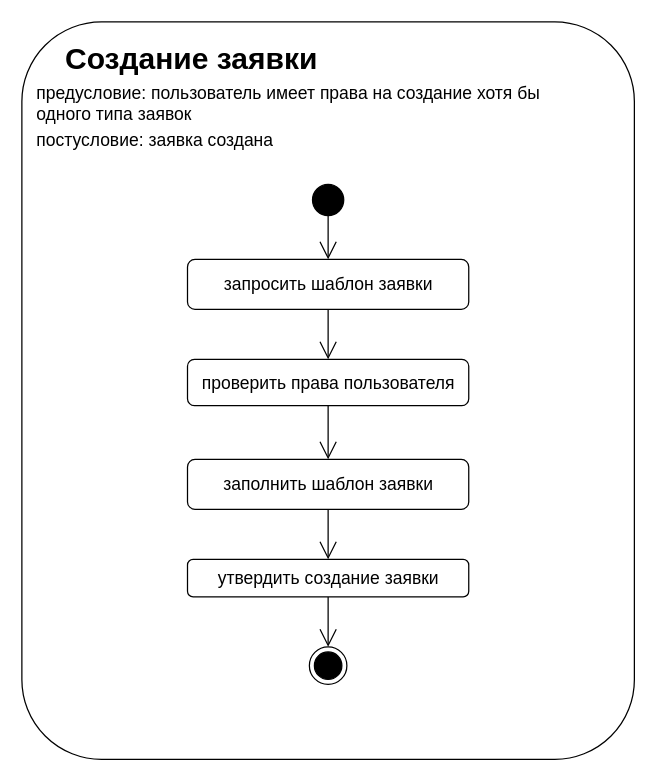
Before: docs/SAD/create-task-uc-view.drawio in black-jack-j/jurassiccrm, a draw.io diagram. Source tidied: cells renumbered, new cells numbered last; positions are measured from the earlier drawing's top-left corner, leaving out a move shared by most shapes. Both pictures are drawn from the tidied source at 125%, with x=0, y=0 at pixel (21, 21).
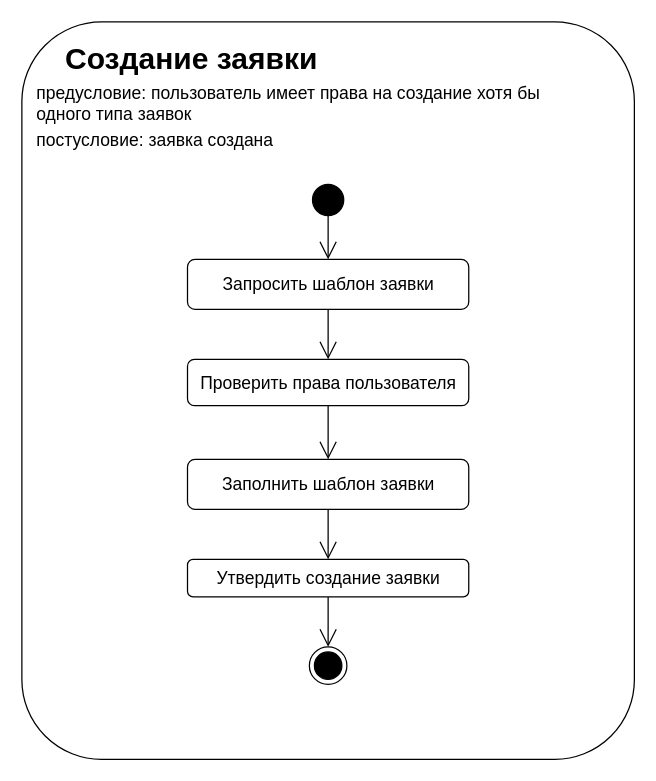
The same diagram, later.

Change to the diagram source:
```diff
@@
 <mxGraphModel>
   <root>
     <mxCell id="0" />
     <mxCell id="1" parent="0" />
     <mxCell id="2" style="rounded=1;whiteSpace=wrap;html=1;strokeColor=#000000;arcSize=13;" parent="1" vertex="1">
       <mxGeometry width="490" height="590" as="geometry" />
     </mxCell>
     <mxCell id="3" value="&lt;h1&gt;Создание заявки&lt;/h1&gt;" style="text;html=1;strokeColor=none;fillColor=none;spacing=5;spacingTop=-20;whiteSpace=wrap;overflow=hidden;rounded=0;" parent="1" vertex="1">
       <mxGeometry x="30" y="10" width="260" height="40" as="geometry" />
     </mxCell>
     <mxCell id="4" value="предусловие: пользователь имеет права на создание хотя бы одного типа заявок" style="text;html=1;strokeColor=none;fillColor=none;align=left;verticalAlign=middle;whiteSpace=wrap;rounded=0;fontSize=14;" parent="1" vertex="1">
       <mxGeometry x="10" y="50" width="430" height="30" as="geometry" />
     </mxCell>
     <mxCell id="5" value="постусловие: заявка создана" style="text;html=1;strokeColor=none;fillColor=none;align=left;verticalAlign=middle;whiteSpace=wrap;rounded=0;fontSize=14;" parent="1" vertex="1">
       <mxGeometry x="10" y="80" width="430" height="30" as="geometry" />
     </mxCell>
     <mxCell id="6" style="edgeStyle=orthogonalEdgeStyle;rounded=0;jettySize=auto;html=1;fontSize=14;strokeColor=#000000;endArrow=open;endFill=0;startSize=6;endSize=12;" parent="1" edge="1" source="7" target="9">
       <mxGeometry relative="1" as="geometry" />
     </mxCell>
     <mxCell id="7" style="ellipse;whiteSpace=wrap;html=1;fontSize=14;strokeColor=#000000;align=left;fillColor=#000000;" parent="1" vertex="1">
       <mxGeometry x="232.5" y="130" width="25" height="25" as="geometry" />
     </mxCell>
     <mxCell id="8" style="edgeStyle=orthogonalEdgeStyle;rounded=0;jettySize=auto;html=1;fontSize=14;endArrow=open;endFill=0;startSize=6;endSize=12;strokeColor=#000000;" parent="1" edge="1" source="9" target="11">
       <mxGeometry relative="1" as="geometry" />
     </mxCell>
-    <mxCell id="9" value="запросить шаблон заявки" style="rounded=1;whiteSpace=wrap;html=1;fontSize=14;strokeColor=#000000;align=center;" parent="1" vertex="1">
+    <mxCell id="9" value="Запросить шаблон заявки" style="rounded=1;whiteSpace=wrap;html=1;fontSize=14;strokeColor=#000000;align=center;" parent="1" vertex="1">
       <mxGeometry x="132.5" y="190" width="225" height="40" as="geometry" />
     </mxCell>
     <mxCell id="10" style="edgeStyle=orthogonalEdgeStyle;rounded=0;jettySize=auto;html=1;fontSize=14;endArrow=open;endFill=0;startSize=6;endSize=12;strokeColor=#000000;" parent="1" edge="1" source="11" target="13">
       <mxGeometry relative="1" as="geometry" />
     </mxCell>
-    <mxCell id="11" value="проверить права пользователя" style="rounded=1;whiteSpace=wrap;html=1;fontSize=14;strokeColor=#000000;align=center;" parent="1" vertex="1">
+    <mxCell id="11" value="Проверить права пользователя" style="rounded=1;whiteSpace=wrap;html=1;fontSize=14;strokeColor=#000000;align=center;" parent="1" vertex="1">
       <mxGeometry x="132.5" y="270" width="225" height="37" as="geometry" />
     </mxCell>
     <mxCell id="12" style="edgeStyle=orthogonalEdgeStyle;rounded=0;jettySize=auto;html=1;fontSize=14;endArrow=open;endFill=0;startSize=6;endSize=12;strokeColor=#000000;" parent="1" edge="1" source="13" target="15">
       <mxGeometry relative="1" as="geometry" />
     </mxCell>
-    <mxCell id="13" value="заполнить шаблон заявки" style="rounded=1;whiteSpace=wrap;html=1;fontSize=14;strokeColor=#000000;align=center;spacingTop=0;spacingBottom=0;spacing=2;" parent="1" vertex="1">
+    <mxCell id="13" value="Заполнить шаблон заявки" style="rounded=1;whiteSpace=wrap;html=1;fontSize=14;strokeColor=#000000;align=center;spacingTop=0;spacingBottom=0;spacing=2;" parent="1" vertex="1">
       <mxGeometry x="132.5" y="350" width="225" height="40" as="geometry" />
     </mxCell>
     <mxCell id="14" style="edgeStyle=orthogonalEdgeStyle;rounded=0;jettySize=auto;html=1;fontSize=14;endArrow=open;endFill=0;startSize=6;endSize=12;strokeColor=#000000;" parent="1" edge="1" source="15" target="16">
       <mxGeometry relative="1" as="geometry" />
     </mxCell>
-    <mxCell id="15" value="утвердить создание заявки" style="rounded=1;whiteSpace=wrap;html=1;fontSize=14;strokeColor=#000000;align=center;" parent="1" vertex="1">
+    <mxCell id="15" value="Утвердить создание заявки" style="rounded=1;whiteSpace=wrap;html=1;fontSize=14;strokeColor=#000000;align=center;" parent="1" vertex="1">
       <mxGeometry x="132.5" y="430" width="225" height="30" as="geometry" />
     </mxCell>
     <mxCell id="16" style="ellipse;html=1;shape=endState;fillColor=#000000;strokeColor=#000000;fontSize=14;align=center;" parent="1" vertex="1">
       <mxGeometry x="230" y="500" width="30" height="30" as="geometry" />
     </mxCell>
   </root>
 </mxGraphModel>
```
